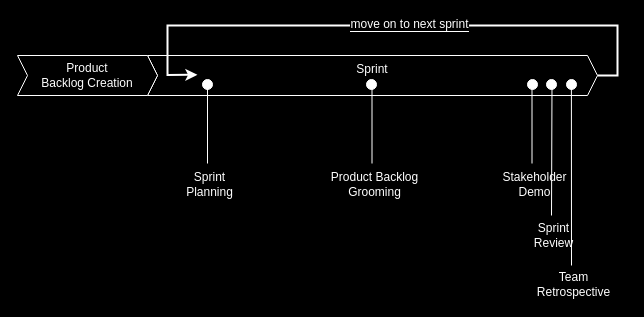
Before: page "Copy of iterative" (3 of 3) of docs/images/scrum.drawio in nyu-software-engineering/course-materials, a draw.io diagram. Source tidied: cells renumbered, new cells numbered last; positions are measured from the earlier drawing's top-left corner, leaving out a move shared by most shapes. Both pictures are drawn from the tidied source at 100%, with x=0, y=0 at pixel (17, 25).
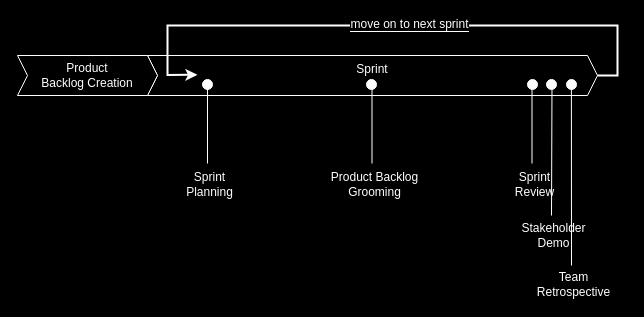
The same page after the edit.

Commit message:
reordered demo/review

The change refers to these unchanged cells:
```xml
<mxCell id="7" style="endArrow=none;html=1;strokeColor=#FFFFFF;" parent="1" edge="1">
  <mxGeometry relative="1" as="geometry">
    <mxPoint x="514.5" y="60" as="sourcePoint" />
    <mxPoint x="514.5" y="138" as="targetPoint" />
  </mxGeometry>
</mxCell>
<mxCell id="9" style="endArrow=none;html=1;strokeColor=#FFFFFF;" parent="1" edge="1">
  <mxGeometry relative="1" as="geometry">
    <mxPoint x="534.5" y="60" as="sourcePoint" />
    <mxPoint x="534" y="190" as="targetPoint" />
  </mxGeometry>
</mxCell>
```

What changed in the source:
```diff
@@
-    <mxCell id="8" value="Stakeholder &lt;br&gt;Demo" style="text;html=1;align=center;verticalAlign=middle;labelBackgroundColor=#000000;fontColor=#FFFFFF;" parent="7" vertex="1">
+    <mxCell id="8" value="Sprint&lt;br&gt;Review" style="text;html=1;align=center;verticalAlign=middle;labelBackgroundColor=#000000;fontColor=#FFFFFF;" parent="7" vertex="1">
       <mxGeometry x="-0.08" relative="1" as="geometry">
         <mxPoint x="1.5" y="62" as="offset" />
       </mxGeometry>
     </mxCell>
@@
-    <mxCell id="10" value="Sprint &lt;br&gt;Review" style="text;html=1;align=center;verticalAlign=middle;labelBackgroundColor=#000000;fontColor=#FFFFFF;" parent="9" vertex="1">
+    <mxCell id="10" value="Stakeholder&lt;br&gt;Demo" style="text;html=1;align=center;verticalAlign=middle;labelBackgroundColor=#000000;fontColor=#FFFFFF;" parent="9" vertex="1">
       <mxGeometry x="-0.08" relative="1" as="geometry">
         <mxPoint x="1.5" y="90" as="offset" />
       </mxGeometry>
     </mxCell>
```
